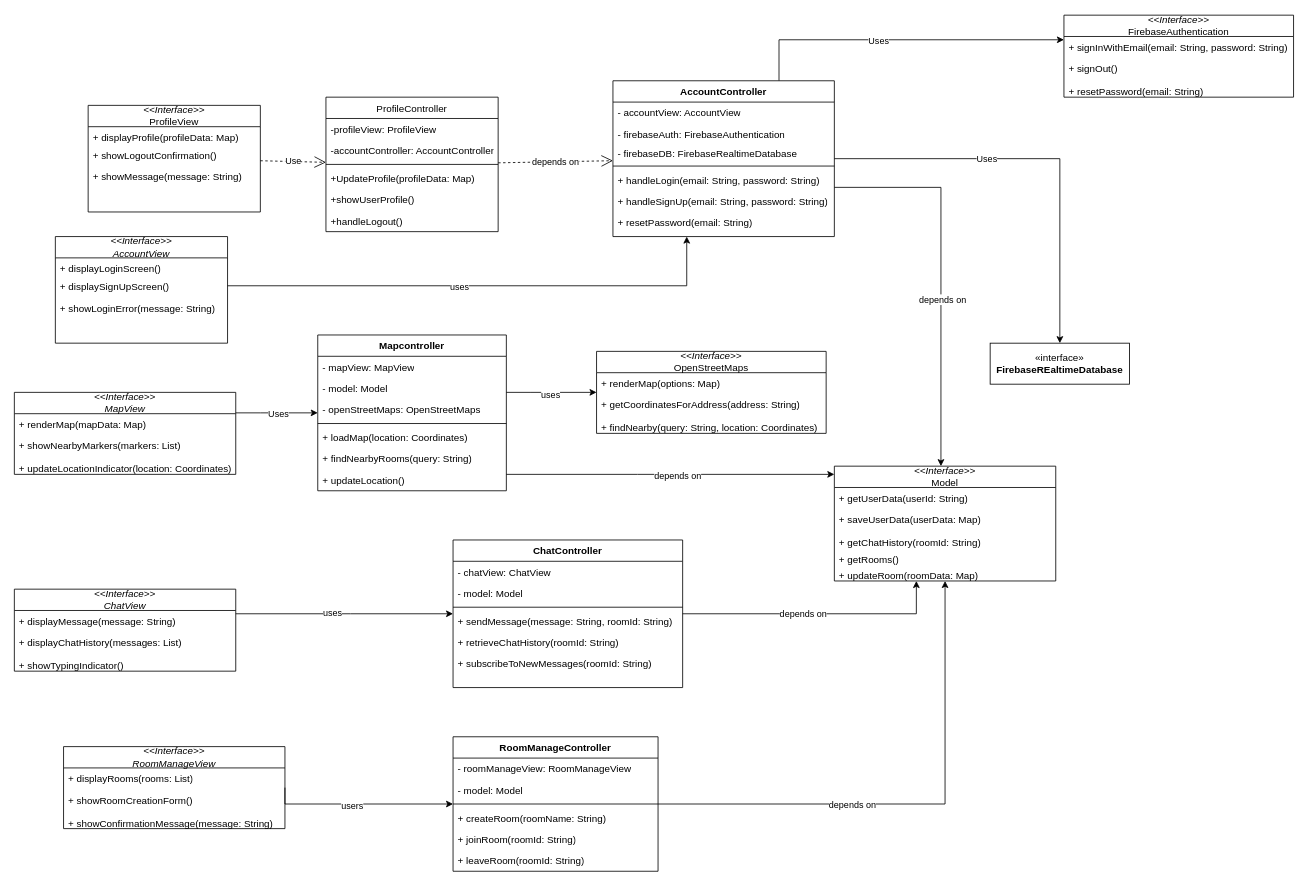
Before: docs/diagram/UML Class Diagram.drawio in BozhanL/FlatFinder, a draw.io diagram. Source tidied: cells renumbered, new cells numbered last; positions are measured from the earlier drawing's top-left corner, leaving out a move shared by most shapes. Both pictures are drawn from the tidied source at 82%, with x=0, y=0 at pixel (14, 15).
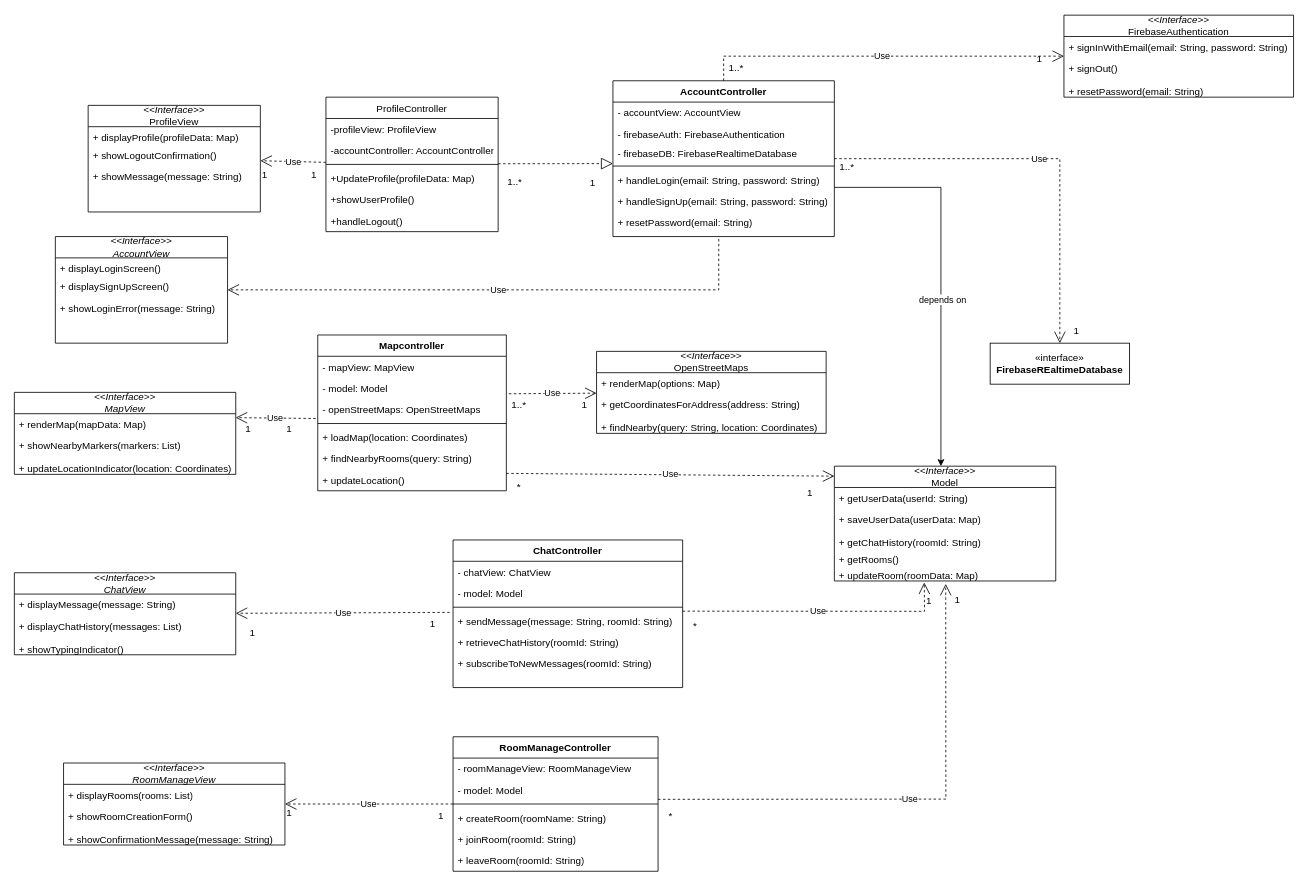
The same page after the edit.

Unchanged cells that the change refers to:
```xml
<mxCell id="16" value="«interface»&lt;br&gt;&lt;b&gt;FirebaseREaltimeDatabase&lt;/b&gt;" style="html=1;whiteSpace=wrap;" parent="1" vertex="1">
  <mxGeometry x="1190" y="400" width="170" height="50" as="geometry" />
</mxCell>
<mxCell id="27" value="&lt;span style=&quot;font-weight: 400;&quot;&gt;ProfileController&lt;/span&gt;" style="swimlane;fontStyle=1;align=center;verticalAlign=top;horizontal=1;startSize=26;whiteSpace=wrap;html=1;" parent="1" vertex="1">
  <mxGeometry x="380" y="100" width="210" height="164" as="geometry" />
</mxCell>
<mxCell id="34" value="AccountController" style="swimlane;fontStyle=1;align=center;verticalAlign=top;horizontal=1;startSize=26;whiteSpace=wrap;html=1;" parent="1" vertex="1">
  <mxGeometry x="730" y="80" width="270" height="190" as="geometry" />
</mxCell>
<mxCell id="41" value="+ resetPassword(email: String)" style="text;strokeColor=none;fillColor=none;align=left;verticalAlign=top;spacingLeft=4;spacingRight=4;overflow=hidden;points=[[0,0.5],[1,0.5]];portConstraint=eastwest;whiteSpace=wrap;html=1;" parent="34" vertex="1">
  <mxGeometry y="160" width="270" height="30" as="geometry" />
</mxCell>
<mxCell id="42" value="Mapcontroller" style="swimlane;fontStyle=1;align=center;verticalAlign=top;horizontal=1;startSize=26;whiteSpace=wrap;html=1;" parent="1" vertex="1">
  <mxGeometry x="370" y="390" width="230" height="190" as="geometry" />
</mxCell>
<mxCell id="45" value="&lt;span class=&quot;selected&quot;&gt;- openStreetMaps: OpenStreetMaps&lt;/span&gt;" style="text;strokeColor=none;fillColor=none;align=left;verticalAlign=top;spacingLeft=4;spacingRight=4;overflow=hidden;points=[[0,0.5],[1,0.5]];portConstraint=eastwest;whiteSpace=wrap;html=1;" parent="42" vertex="1">
  <mxGeometry y="78" width="230" height="26" as="geometry" />
</mxCell>
<mxCell id="50" value="ChatController" style="swimlane;fontStyle=1;align=center;verticalAlign=top;horizontal=1;startSize=26;whiteSpace=wrap;html=1;" parent="1" vertex="1">
  <mxGeometry x="535" y="640" width="280" height="180" as="geometry" />
</mxCell>
<mxCell id="57" value="RoomManageController" style="swimlane;fontStyle=1;align=center;verticalAlign=top;horizontal=1;startSize=26;whiteSpace=wrap;html=1;" parent="1" vertex="1">
  <mxGeometry x="535" y="880" width="250" height="164" as="geometry" />
</mxCell>
<mxCell id="64" value="&lt;i&gt;&amp;lt;&amp;lt;Interface&amp;gt;&amp;gt;&lt;/i&gt;&lt;div&gt;ProfileView&lt;/div&gt;" style="swimlane;fontStyle=0;horizontal=1;startSize=26;fillColor=none;whiteSpace=wrap;html=1;" parent="1" vertex="1">
  <mxGeometry x="90" y="110" width="210" height="130" as="geometry" />
</mxCell>
<mxCell id="68" value="&lt;i&gt;&amp;lt;&amp;lt;Interface&amp;gt;&amp;gt;&lt;/i&gt;&lt;div&gt;&lt;i&gt;AccountView&lt;/i&gt;&lt;/div&gt;" style="swimlane;fontStyle=0;horizontal=1;startSize=26;fillColor=none;whiteSpace=wrap;html=1;" parent="1" vertex="1">
  <mxGeometry x="50" y="270" width="210" height="130" as="geometry" />
</mxCell>
<mxCell id="72" value="&lt;i&gt;&amp;lt;&amp;lt;Interface&amp;gt;&amp;gt;&lt;/i&gt;&lt;div&gt;&lt;i&gt;MapView&lt;/i&gt;&lt;/div&gt;" style="swimlane;fontStyle=0;horizontal=1;startSize=26;fillColor=none;whiteSpace=wrap;html=1;" parent="1" vertex="1">
  <mxGeometry y="460" width="270" height="100" as="geometry" />
</mxCell>
<mxCell id="84" value="&lt;i&gt;&amp;lt;&amp;lt;Interface&amp;gt;&amp;gt;&lt;/i&gt;&lt;div&gt;Model&lt;/div&gt;" style="swimlane;fontStyle=0;horizontal=1;startSize=26;fillColor=none;whiteSpace=wrap;html=1;" parent="1" vertex="1">
  <mxGeometry x="1000" y="550" width="270" height="140" as="geometry" />
</mxCell>
<mxCell id="89" value="&lt;span class=&quot;selected&quot;&gt;+ updateRoom(roomData: Map)&lt;/span&gt;" style="text;strokeColor=none;fillColor=none;align=left;verticalAlign=top;spacingLeft=4;spacingRight=4;overflow=hidden;points=[[0,0.5],[1,0.5]];portConstraint=eastwest;whiteSpace=wrap;html=1;" parent="84" vertex="1">
  <mxGeometry y="120" width="270" height="20" as="geometry" />
</mxCell>
<mxCell id="90" value="&lt;i&gt;&amp;lt;&amp;lt;Interface&amp;gt;&amp;gt;&lt;/i&gt;&lt;div&gt;FirebaseAuthentication&lt;/div&gt;" style="swimlane;fontStyle=0;horizontal=1;startSize=26;fillColor=none;whiteSpace=wrap;html=1;" parent="1" vertex="1">
  <mxGeometry x="1280" width="280" height="100" as="geometry" />
</mxCell>
<mxCell id="94" value="&lt;i&gt;&amp;lt;&amp;lt;Interface&amp;gt;&amp;gt;&lt;/i&gt;&lt;div&gt;OpenStreetMaps&lt;/div&gt;" style="swimlane;fontStyle=0;horizontal=1;startSize=26;fillColor=none;whiteSpace=wrap;html=1;" parent="1" vertex="1">
  <mxGeometry x="710" y="410" width="280" height="100" as="geometry" />
</mxCell>
```

The edit, as a diff of the source:
```diff
@@
-    <mxCell id="4" style="edgeStyle=orthogonalEdgeStyle;rounded=0;jettySize=auto;html=1;" parent="1" edge="1" source="42" target="84">
-      <mxGeometry relative="1" as="geometry">
-        <Array as="points">
-          <mxPoint x="760" y="560" />
-          <mxPoint x="760" y="560" />
-        </Array>
-      </mxGeometry>
-    </mxCell>
-    <mxCell id="5" value="depends on" style="edgeLabel;html=1;align=center;verticalAlign=middle;" parent="4" vertex="1">
-      <mxGeometry x="0.04" y="-1" relative="1" as="geometry" />
-    </mxCell>
-    <mxCell id="6" style="edgeStyle=orthogonalEdgeStyle;rounded=0;jettySize=auto;html=1;" parent="1" edge="1" source="57" target="84">
-      <mxGeometry relative="1" as="geometry" />
-    </mxCell>
-    <mxCell id="7" value="depends on" style="edgeLabel;html=1;align=center;verticalAlign=middle;" parent="6" vertex="1">
-      <mxGeometry x="-0.24" relative="1" as="geometry" />
-    </mxCell>
-    <mxCell id="8" style="edgeStyle=orthogonalEdgeStyle;rounded=0;jettySize=auto;html=1;" parent="1" edge="1" source="68" target="34">
-      <mxGeometry relative="1" as="geometry">
-        <Array as="points">
-          <mxPoint x="820" y="330" />
-        </Array>
-      </mxGeometry>
-    </mxCell>
-    <mxCell id="9" value="uses" style="edgeLabel;html=1;align=center;verticalAlign=middle;" parent="8" vertex="1">
-      <mxGeometry x="-0.09" y="-1" relative="1" as="geometry" />
-    </mxCell>
-    <mxCell id="10" style="edgeStyle=orthogonalEdgeStyle;rounded=0;jettySize=auto;html=1;" parent="1" edge="1" source="72" target="42">
-      <mxGeometry relative="1" as="geometry">
-        <Array as="points">
-          <mxPoint x="300" y="485" />
-          <mxPoint x="300" y="485" />
-        </Array>
-      </mxGeometry>
-    </mxCell>
-    <mxCell id="11" value="Uses" style="edgeLabel;html=1;align=center;verticalAlign=middle;" parent="10" vertex="1">
-      <mxGeometry x="0.02" y="-1" relative="1" as="geometry" />
-    </mxCell>
-    <mxCell id="12" style="edgeStyle=orthogonalEdgeStyle;rounded=0;jettySize=auto;html=1;" parent="1" edge="1" source="76" target="50">
-      <mxGeometry relative="1" as="geometry">
-        <Array as="points">
-          <mxPoint x="410" y="730" />
-          <mxPoint x="410" y="730" />
-        </Array>
-      </mxGeometry>
-    </mxCell>
-    <mxCell id="13" value="uses" style="edgeLabel;html=1;align=center;verticalAlign=middle;" parent="12" vertex="1">
-      <mxGeometry x="-0.12" y="2" relative="1" as="geometry" />
-    </mxCell>
-    <mxCell id="14" style="edgeStyle=orthogonalEdgeStyle;rounded=0;jettySize=auto;html=1;exitX=1;exitY=0.5;exitDx=0;exitDy=0;" parent="1" edge="1" source="80" target="57">
-      <mxGeometry relative="1" as="geometry">
-        <Array as="points">
-          <mxPoint x="330" y="962" />
-        </Array>
-      </mxGeometry>
-    </mxCell>
-    <mxCell id="15" value="users" style="edgeLabel;html=1;align=center;verticalAlign=middle;" parent="14" vertex="1">
-      <mxGeometry x="-0.1" y="-1" relative="1" as="geometry" />
-    </mxCell>
@@
-    <mxCell id="17" style="edgeStyle=orthogonalEdgeStyle;rounded=0;jettySize=auto;html=1;exitX=0.75;exitY=0;exitDx=0;exitDy=0;" parent="1" edge="1" source="34" target="90">
-      <mxGeometry relative="1" as="geometry">
-        <Array as="points">
-          <mxPoint x="933" y="30" />
-        </Array>
-      </mxGeometry>
-    </mxCell>
-    <mxCell id="18" value="Uses" style="edgeLabel;html=1;align=center;verticalAlign=middle;" parent="17" vertex="1">
-      <mxGeometry x="-0.14" y="-1" relative="1" as="geometry" />
-    </mxCell>
-    <mxCell id="19" style="edgeStyle=orthogonalEdgeStyle;rounded=0;jettySize=auto;html=1;" parent="1" edge="1" source="42" target="94">
-      <mxGeometry relative="1" as="geometry">
-        <Array as="points">
-          <mxPoint x="630" y="460" />
-          <mxPoint x="630" y="460" />
-        </Array>
-      </mxGeometry>
-    </mxCell>
-    <mxCell id="20" value="uses" style="edgeLabel;html=1;align=center;verticalAlign=middle;" parent="19" vertex="1">
-      <mxGeometry x="-0.03" y="-1" relative="1" as="geometry">
-        <mxPoint y="1" as="offset" />
-      </mxGeometry>
-    </mxCell>
-    <mxCell id="21" style="edgeStyle=orthogonalEdgeStyle;rounded=0;jettySize=auto;html=1;" parent="1" edge="1" source="34" target="16">
-      <mxGeometry relative="1" as="geometry" />
-    </mxCell>
-    <mxCell id="22" value="Uses" style="edgeLabel;html=1;align=center;verticalAlign=middle;" parent="21" vertex="1">
-      <mxGeometry x="-0.26" y="1" relative="1" as="geometry" />
-    </mxCell>
-    <mxCell id="23" style="edgeStyle=orthogonalEdgeStyle;rounded=0;jettySize=auto;html=1;" parent="1" edge="1" source="50" target="84">
-      <mxGeometry relative="1" as="geometry">
-        <Array as="points">
-          <mxPoint x="1100" y="730" />
-        </Array>
-      </mxGeometry>
-    </mxCell>
-    <mxCell id="24" value="depends on" style="edgeLabel;html=1;align=center;verticalAlign=middle;" parent="23" vertex="1">
-      <mxGeometry x="-0.1" y="1" relative="1" as="geometry" />
-    </mxCell>
-    <mxCell id="25" value="Use" style="endArrow=open;endSize=12;dashed=1;html=1;rounded=0;" parent="1" edge="1" source="64" target="27">
-      <mxGeometry relative="1" as="geometry" />
-    </mxCell>
-    <mxCell id="26" value="depends on" style="endArrow=open;endSize=12;dashed=1;html=1;rounded=0;" parent="1" edge="1" source="27" target="34">
-      <mxGeometry relative="1" as="geometry" />
-    </mxCell>
@@
     <mxCell id="76" value="&lt;i&gt;&amp;lt;&amp;lt;Interface&amp;gt;&amp;gt;&lt;/i&gt;&lt;div&gt;&lt;i&gt;ChatView&lt;/i&gt;&lt;/div&gt;" style="swimlane;fontStyle=0;horizontal=1;startSize=26;fillColor=none;whiteSpace=wrap;html=1;" parent="1" vertex="1">
-      <mxGeometry y="700" width="270" height="100" as="geometry" />
+      <mxGeometry y="680" width="270" height="100" as="geometry" />
     </mxCell>
@@
     <mxCell id="80" value="&lt;i&gt;&amp;lt;&amp;lt;Interface&amp;gt;&amp;gt;&lt;/i&gt;&lt;div&gt;&lt;i&gt;RoomManageView&lt;/i&gt;&lt;/div&gt;" style="swimlane;fontStyle=0;horizontal=1;startSize=26;fillColor=none;whiteSpace=wrap;html=1;" parent="1" vertex="1">
-      <mxGeometry x="60" y="892" width="270" height="100" as="geometry" />
+      <mxGeometry x="60" y="912" width="270" height="100" as="geometry" />
     </mxCell>
@@
+    <mxCell id="98" value="1" style="text;html=1;align=center;verticalAlign=middle;strokeColor=none;fillColor=none;" parent="1" vertex="1">
+      <mxGeometry x="690" y="190" width="30" height="30" as="geometry" />
+    </mxCell>
+    <mxCell id="99" value="1" style="text;html=1;align=center;verticalAlign=middle;strokeColor=none;fillColor=none;" parent="1" vertex="1">
+      <mxGeometry x="290" y="180" width="30" height="30" as="geometry" />
+    </mxCell>
+    <mxCell id="100" value="1" style="text;html=1;align=center;verticalAlign=middle;strokeColor=none;fillColor=none;" parent="1" vertex="1">
+      <mxGeometry x="350" y="180" width="30" height="30" as="geometry" />
+    </mxCell>
+    <mxCell id="101" value="1" style="text;html=1;align=center;verticalAlign=middle;strokeColor=none;fillColor=none;" parent="1" vertex="1">
+      <mxGeometry x="1100" y="700" width="30" height="30" as="geometry" />
+    </mxCell>
+    <mxCell id="102" value="*" style="text;html=1;align=center;verticalAlign=middle;strokeColor=none;fillColor=none;" parent="1" vertex="1">
+      <mxGeometry x="815" y="730" width="30" height="30" as="geometry" />
+    </mxCell>
+    <mxCell id="103" value="1" style="text;html=1;align=center;verticalAlign=middle;strokeColor=none;fillColor=none;" parent="1" vertex="1">
+      <mxGeometry x="1135" y="698" width="30" height="30" as="geometry" />
+    </mxCell>
+    <mxCell id="104" value="*" style="text;html=1;align=center;verticalAlign=middle;strokeColor=none;fillColor=none;" parent="1" vertex="1">
+      <mxGeometry x="785" y="962" width="30" height="30" as="geometry" />
+    </mxCell>
+    <mxCell id="105" value="1..*" style="text;html=1;align=center;verticalAlign=middle;strokeColor=none;fillColor=none;" parent="1" vertex="1">
+      <mxGeometry x="590" y="188" width="40" height="30" as="geometry" />
+    </mxCell>
+    <mxCell id="106" value="1" style="text;html=1;align=center;verticalAlign=middle;strokeColor=none;fillColor=none;" parent="1" vertex="1">
+      <mxGeometry x="1235" y="38" width="30" height="30" as="geometry" />
+    </mxCell>
+    <mxCell id="107" value="1" style="text;html=1;align=center;verticalAlign=middle;strokeColor=none;fillColor=none;" parent="1" vertex="1">
+      <mxGeometry x="1280" y="370" width="30" height="30" as="geometry" />
+    </mxCell>
+    <mxCell id="108" value="1..*" style="text;html=1;align=center;verticalAlign=middle;strokeColor=none;fillColor=none;" parent="1" vertex="1">
+      <mxGeometry x="995" y="170" width="40" height="30" as="geometry" />
+    </mxCell>
+    <mxCell id="109" value="1" style="text;html=1;align=center;verticalAlign=middle;points=[];strokeColor=none;fillColor=none;" parent="1" vertex="1">
+      <mxGeometry x="270" y="490" width="30" height="30" as="geometry" />
+    </mxCell>
+    <mxCell id="110" value="1" style="text;html=1;align=center;verticalAlign=middle;strokeColor=none;fillColor=none;" parent="1" vertex="1">
+      <mxGeometry x="320" y="490" width="30" height="30" as="geometry" />
+    </mxCell>
+    <mxCell id="111" value="1" style="text;html=1;align=center;verticalAlign=middle;strokeColor=none;fillColor=none;" parent="1" vertex="1">
+      <mxGeometry x="680" y="460" width="30" height="30" as="geometry" />
+    </mxCell>
+    <mxCell id="112" value="1..*" style="text;html=1;align=center;verticalAlign=middle;points=[];strokeColor=none;fillColor=none;" parent="1" vertex="1">
+      <mxGeometry x="595" y="460" width="40" height="30" as="geometry" />
+    </mxCell>
+    <mxCell id="113" value="1" style="text;html=1;align=center;verticalAlign=middle;strokeColor=none;fillColor=none;" parent="1" vertex="1">
+      <mxGeometry x="275" y="738" width="30" height="30" as="geometry" />
+    </mxCell>
+    <mxCell id="114" value="1" style="text;html=1;align=center;verticalAlign=middle;points=[];strokeColor=none;fillColor=none;" parent="1" vertex="1">
+      <mxGeometry x="495" y="728" width="30" height="30" as="geometry" />
+    </mxCell>
+    <mxCell id="115" value="1" style="text;html=1;align=center;verticalAlign=middle;strokeColor=none;fillColor=none;" parent="1" vertex="1">
+      <mxGeometry x="320" y="958" width="30" height="30" as="geometry" />
+    </mxCell>
+    <mxCell id="116" value="1" style="text;html=1;align=center;verticalAlign=middle;strokeColor=none;fillColor=none;" parent="1" vertex="1">
+      <mxGeometry x="505" y="962" width="30" height="30" as="geometry" />
+    </mxCell>
+    <mxCell id="117" value="1" style="text;html=1;align=center;verticalAlign=middle;strokeColor=none;fillColor=none;" parent="1" vertex="1">
+      <mxGeometry x="955" y="568" width="30" height="30" as="geometry" />
+    </mxCell>
+    <mxCell id="118" value="*" style="text;html=1;align=center;verticalAlign=middle;strokeColor=none;fillColor=none;" parent="1" vertex="1">
+      <mxGeometry x="600" y="560" width="30" height="30" as="geometry" />
+    </mxCell>
+    <mxCell id="119" value="1..*" style="text;html=1;align=center;verticalAlign=middle;strokeColor=none;fillColor=none;" parent="1" vertex="1">
+      <mxGeometry x="860" y="50" width="40" height="30" as="geometry" />
+    </mxCell>
+    <mxCell id="17" value="Use" style="endArrow=open;endSize=12;dashed=1;html=1;rounded=0;exitX=0.5;exitY=0;exitDx=0;exitDy=0;" parent="1" edge="1" source="34" target="90">
+      <mxGeometry relative="1" as="geometry">
+        <Array as="points">
+          <mxPoint x="865" y="50" />
+        </Array>
+      </mxGeometry>
+    </mxCell>
+    <mxCell id="21" value="Use" style="endArrow=open;endSize=12;dashed=1;html=1;rounded=0;" parent="1" edge="1" source="34" target="16">
+      <mxGeometry relative="1" as="geometry">
+        <Array as="points">
+          <mxPoint x="1275" y="175" />
+        </Array>
+      </mxGeometry>
+    </mxCell>
+    <mxCell id="120" value="Use" style="endArrow=open;endSize=12;dashed=1;html=1;rounded=0;entryX=0;entryY=0.087;entryDx=0;entryDy=0;entryPerimeter=0;" parent="1" edge="1" target="84">
+      <mxGeometry relative="1" as="geometry">
+        <mxPoint x="600" y="558.8" as="sourcePoint" />
+      </mxGeometry>
+    </mxCell>
+    <mxCell id="121" value="Use" style="endArrow=open;endSize=12;dashed=1;html=1;rounded=0;entryX=0.406;entryY=1.094;entryDx=0;entryDy=0;entryPerimeter=0;" parent="1" edge="1" target="89">
+      <mxGeometry relative="1" as="geometry">
+        <mxPoint x="815" y="726.8" as="sourcePoint" />
+        <Array as="points">
+          <mxPoint x="1110" y="727" />
+        </Array>
+      </mxGeometry>
+    </mxCell>
+    <mxCell id="122" value="Use" style="endArrow=open;endSize=12;dashed=1;html=1;rounded=0;entryX=0.503;entryY=1.176;entryDx=0;entryDy=0;entryPerimeter=0;" parent="1" edge="1" target="89">
+      <mxGeometry relative="1" as="geometry">
+        <mxPoint x="785" y="956.3" as="sourcePoint" />
+        <Array as="points">
+          <mxPoint x="1136" y="956" />
+        </Array>
+      </mxGeometry>
+    </mxCell>
+    <mxCell id="123" value="Use" style="endArrow=open;endSize=12;dashed=1;html=1;rounded=0;exitX=0.202;exitY=0.057;exitDx=0;exitDy=0;exitPerimeter=0;" parent="1" edge="1" source="112" target="94">
+      <mxGeometry relative="1" as="geometry" />
+    </mxCell>
+    <mxCell id="124" style="endArrow=block;dashed=1;endFill=0;endSize=12;html=1;rounded=0;" parent="1" edge="1">
+      <mxGeometry relative="1" as="geometry">
+        <mxPoint x="590" y="181.2" as="sourcePoint" />
+        <mxPoint x="730" y="181" as="targetPoint" />
+      </mxGeometry>
+    </mxCell>
+    <mxCell id="125" value="Use" style="endArrow=open;endSize=12;dashed=1;html=1;rounded=0;" parent="1" edge="1" source="27" target="64">
+      <mxGeometry relative="1" as="geometry" />
+    </mxCell>
+    <mxCell id="126" value="Use" style="endArrow=open;endSize=12;dashed=1;html=1;rounded=0;exitX=0.478;exitY=1.097;exitDx=0;exitDy=0;exitPerimeter=0;" parent="1" edge="1" source="41" target="68">
+      <mxGeometry relative="1" as="geometry">
+        <Array as="points">
+          <mxPoint x="859" y="335" />
+        </Array>
+      </mxGeometry>
+    </mxCell>
+    <mxCell id="127" value="Use" style="endArrow=open;endSize=12;dashed=1;html=1;rounded=0;entryX=-0.002;entryY=0.027;entryDx=0;entryDy=0;entryPerimeter=0;exitX=-0.011;exitY=0.918;exitDx=0;exitDy=0;exitPerimeter=0;" parent="1" edge="1" source="45" target="109">
+      <mxGeometry relative="1" as="geometry" />
+    </mxCell>
+    <mxCell id="128" value="Use" style="endArrow=open;endSize=12;dashed=1;html=1;rounded=0;exitX=1.196;exitY=0.01;exitDx=0;exitDy=0;exitPerimeter=0;" parent="1" edge="1" source="114" target="76">
+      <mxGeometry relative="1" as="geometry" />
+    </mxCell>
+    <mxCell id="129" value="Use" style="endArrow=open;endSize=12;dashed=1;html=1;rounded=0;" parent="1" edge="1" source="57" target="80">
+      <mxGeometry relative="1" as="geometry" />
+    </mxCell>
```
